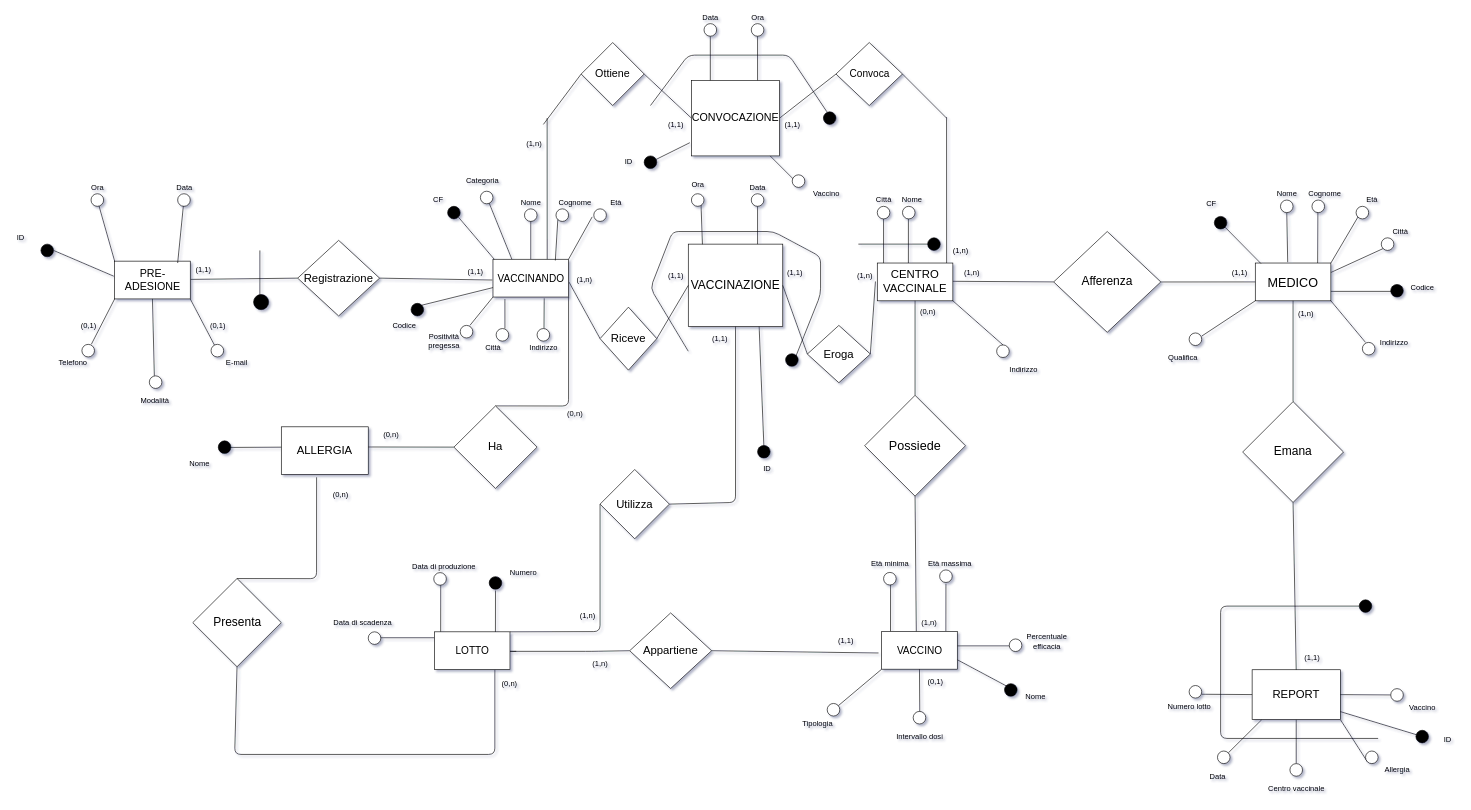
shaggyishere/VaccineDatabase keeps this draw.io diagram as page "ERristr" (1 of 2) of bd/Schema E/ERsenzagen.drawio. Above is the earlier version. Source tidied: cells renumbered, new cells numbered last; positions are measured from the earlier drawing's top-left corner, leaving out a move shared by most shapes. Both pictures are drawn from the tidied source at 63%, with x=0, y=0 at pixel (11, 11).
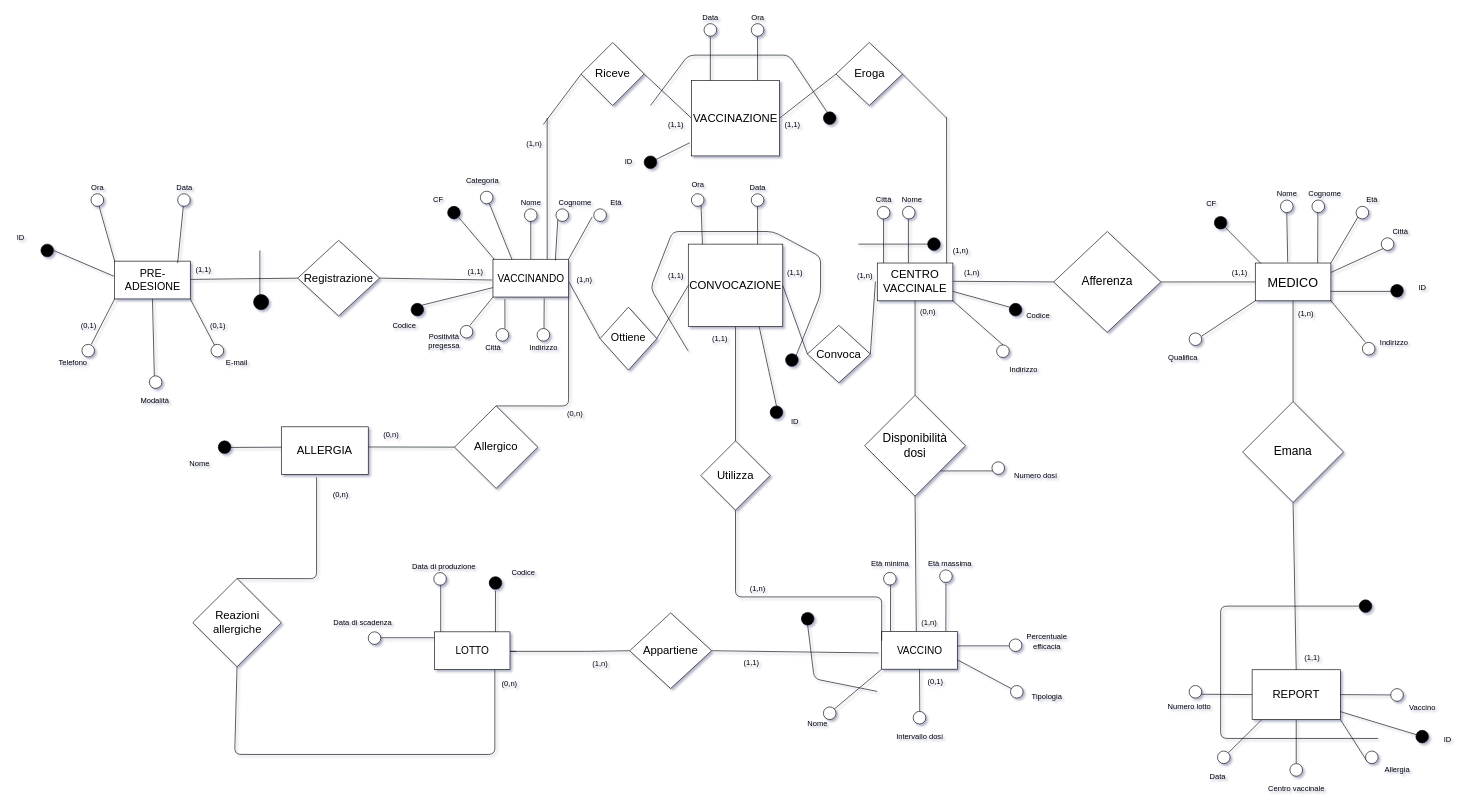
The same page after the edit.

Commit message:
Piccole modifiche notate dalla traduzione in mod logico

Unchanged cells that the change refers to:
```xml
<mxCell id="5" value="&lt;font style=&quot;font-size: 18px&quot;&gt;CENTRO VACCINALE&lt;/font&gt;" style="rounded=0;whiteSpace=wrap;html=1;strokeWidth=1;fillColor=#FFFFFF;" parent="1" vertex="1">
  <mxGeometry x="1375" y="400" width="120" height="60" as="geometry" />
</mxCell>
<mxCell id="55" style="rounded=0;whiteSpace=wrap;html=1;" parent="1" vertex="1">
  <mxGeometry x="672" y="985.4" width="120" height="60" as="geometry" />
</mxCell>
<mxCell id="148" style="rounded=0;whiteSpace=wrap;html=1;" parent="1" vertex="1">
  <mxGeometry x="1382" y="984.7" width="120" height="60" as="geometry" />
</mxCell>
```

Diff of the diagram source:
```diff
@@
-    <mxCell id="3" value="&lt;font style=&quot;font-size: 19px&quot;&gt;VACCINAZIONE&lt;/font&gt;" style="rectangle;whiteSpace=wrap;html=1;strokeWidth=1;fillColor=#FFFFFF;" parent="1" vertex="1">
+    <mxCell id="3" value="&lt;font style=&quot;font-size: 18px&quot;&gt;CONVOCAZIONE&lt;/font&gt;" style="rectangle;whiteSpace=wrap;html=1;strokeWidth=1;fillColor=#FFFFFF;" parent="1" vertex="1">
       <mxGeometry x="1075" y="370" width="150" height="131" as="geometry" />
     </mxCell>
@@
-    <mxCell id="21" value="&lt;font style=&quot;font-size: 17px&quot;&gt;CONVOCAZIONE&lt;/font&gt;" style="rectangle;whiteSpace=wrap;html=1;strokeWidth=1;fillColor=#FFFFFF;" parent="1" vertex="1">
+    <mxCell id="21" value="&lt;font style=&quot;font-size: 18px&quot;&gt;VACCINAZIONE&lt;/font&gt;" style="rectangle;whiteSpace=wrap;html=1;strokeWidth=1;fillColor=#FFFFFF;" parent="1" vertex="1">
       <mxGeometry x="1080" y="110" width="140" height="120" as="geometry" />
     </mxCell>
@@
-    <mxCell id="24" style="endArrow=none;html=1;entryX=0.75;entryY=1;entryDx=0;entryDy=0;" parent="1" edge="1" target="3">
-      <mxGeometry relative="1" as="geometry">
-        <mxPoint x="1195" y="690" as="sourcePoint" />
-      </mxGeometry>
+    <mxCell id="24" style="endArrow=none;html=1;entryX=0.75;entryY=1;entryDx=0;entryDy=0;exitX=0.5;exitY=0;exitDx=0;exitDy=0;" parent="1" edge="1" source="27" target="3">
+      <mxGeometry relative="1" as="geometry" />
     </mxCell>
@@
     <mxCell id="27" style="ellipse;whiteSpace=wrap;html=1;strokeWidth=1;fillColor=#000000;" parent="1" vertex="1">
-      <mxGeometry x="1185" y="689.5" width="20" height="20" as="geometry" />
+      <mxGeometry x="1205" y="626.8" width="20" height="20" as="geometry" />
     </mxCell>
@@
     <mxCell id="29" value="ID" style="text;html=1;align=center;verticalAlign=middle;strokeColor=none;" parent="1" vertex="1">
-      <mxGeometry x="1185" y="715.5" width="30" height="20" as="geometry" />
+      <mxGeometry x="1229" y="642.3" width="30" height="20" as="geometry" />
     </mxCell>
@@
-    <mxCell id="33" value="&lt;font style=&quot;font-size: 20px&quot;&gt;Possiede&lt;/font&gt;" style="rhombus;whiteSpace=wrap;html=1;strokeWidth=1;fillColor=#FFFFFF;" parent="1" vertex="1">
+    <mxCell id="33" value="&lt;div&gt;&lt;font style=&quot;font-size: 19px&quot;&gt;Disponibilità &lt;br&gt;&lt;/font&gt;&lt;/div&gt;&lt;div&gt;&lt;font style=&quot;font-size: 19px&quot;&gt;dosi&lt;/font&gt;&lt;/div&gt;" style="rhombus;whiteSpace=wrap;html=1;strokeWidth=1;fillColor=#FFFFFF;" parent="1" vertex="1">
       <mxGeometry x="1355" y="610" width="160" height="160" as="geometry" />
     </mxCell>
@@
-    <mxCell id="48" value="Numero" style="text;html=1;align=center;verticalAlign=middle;strokeColor=none;" parent="1" vertex="1">
-      <mxGeometry x="783" y="880.8" width="60" height="20" as="geometry" />
+    <mxCell id="48" value="Codice" style="text;html=1;align=center;verticalAlign=middle;strokeColor=none;" parent="1" vertex="1">
+      <mxGeometry x="788" y="880.8" width="50" height="20" as="geometry" />
     </mxCell>
@@
-    <mxCell id="60" style="endArrow=none;html=1;" parent="1" edge="1">
-      <mxGeometry relative="1" as="geometry">
-        <mxPoint x="1245" y="270" as="sourcePoint" />
-        <mxPoint x="1205" y="230" as="targetPoint" />
-      </mxGeometry>
-    </mxCell>
-    <mxCell id="61" style="ellipse;whiteSpace=wrap;html=1;strokeWidth=1;" parent="1" vertex="1">
-      <mxGeometry x="1240" y="260" width="20" height="20" as="geometry" />
-    </mxCell>
-    <mxCell id="62" value="Vaccino" style="text;html=1;align=center;verticalAlign=middle;strokeColor=none;" parent="1" vertex="1">
-      <mxGeometry x="1264" y="280" width="60" height="20" as="geometry" />
-    </mxCell>
@@
     <mxCell id="146" style="ellipse;whiteSpace=wrap;html=1;strokeWidth=1;fillColor=#000000;" parent="1" vertex="1">
-      <mxGeometry x="1577" y="1067.7" width="20" height="20" as="geometry" />
+      <mxGeometry x="1254.5" y="954.6" width="20" height="20" as="geometry" />
     </mxCell>
-    <mxCell id="147" value="Nome" style="text;html=1;align=center;verticalAlign=middle;strokeColor=none;" parent="1" vertex="1">
-      <mxGeometry x="1604.5" y="1078.7" width="42" height="18" as="geometry" />
+    <mxCell id="147" value="Tipologia" style="text;html=1;align=center;verticalAlign=middle;strokeColor=none;" parent="1" vertex="1">
+      <mxGeometry x="1613.5" y="1079.1" width="60" height="20" as="geometry" />
     </mxCell>
@@
     <mxCell id="153" style="ellipse;whiteSpace=wrap;html=1;strokeWidth=1;" parent="1" vertex="1">
-      <mxGeometry x="1295.5" y="1099.1" width="20" height="20" as="geometry" />
+      <mxGeometry x="1586.5" y="1070.6" width="20" height="20" as="geometry" />
     </mxCell>
@@
-    <mxCell id="156" value="Tipologia" style="text;html=1;align=center;verticalAlign=middle;strokeColor=none;" parent="1" vertex="1">
-      <mxGeometry x="1249.5" y="1121.7" width="60" height="20" as="geometry" />
+    <mxCell id="156" value="Nome" style="text;html=1;align=center;verticalAlign=middle;strokeColor=none;" parent="1" vertex="1">
+      <mxGeometry x="1254.5" y="1121.7" width="50" height="20" as="geometry" />
     </mxCell>
@@
-    <mxCell id="190" value="Codice" style="text;html=1;align=center;verticalAlign=middle;strokeColor=none;" parent="1" vertex="1">
-      <mxGeometry x="2215" y="430" width="50" height="20" as="geometry" />
+    <mxCell id="190" value="ID" style="text;html=1;align=center;verticalAlign=middle;strokeColor=none;" parent="1" vertex="1">
+      <mxGeometry x="2225" y="430" width="30" height="20" as="geometry" />
     </mxCell>
@@
-    <mxCell id="196" value="&lt;font style=&quot;font-size: 18px&quot;&gt;Ha&lt;/font&gt;" style="rhombus;whiteSpace=wrap;html=1;fillColor=#FFFFFF;" parent="1" vertex="1">
-      <mxGeometry x="703" y="626.8" width="132" height="130.9" as="geometry" />
+    <mxCell id="196" value="&lt;font style=&quot;font-size: 18px&quot;&gt;Allergico &lt;br&gt;&lt;/font&gt;" style="rhombus;whiteSpace=wrap;html=1;fillColor=#FFFFFF;" parent="1" vertex="1">
+      <mxGeometry x="704" y="626.8" width="132" height="130.9" as="geometry" />
     </mxCell>
@@
-    <mxCell id="203" value="&lt;font style=&quot;font-size: 19px&quot;&gt;Presenta&lt;/font&gt;" style="rhombus;whiteSpace=wrap;html=1;fillColor=#FFFFFF;" parent="1" vertex="1">
+    <mxCell id="203" value="&lt;font style=&quot;font-size: 18px&quot;&gt;Reazioni allergiche&lt;/font&gt;" style="rhombus;whiteSpace=wrap;html=1;fillColor=#FFFFFF;" parent="1" vertex="1">
       <mxGeometry x="288.5" y="900.8" width="140.5" height="140" as="geometry" />
     </mxCell>
@@
-    <mxCell id="206" value="&lt;font style=&quot;font-size: 16px&quot;&gt;Convoca&lt;/font&gt;" style="rhombus;whiteSpace=wrap;html=1;" parent="1" vertex="1">
+    <mxCell id="206" value="&lt;font style=&quot;font-size: 18px&quot;&gt;Eroga&lt;/font&gt;" style="rhombus;whiteSpace=wrap;html=1;" parent="1" vertex="1">
       <mxGeometry x="1309.5" y="50" width="105.5" height="100" as="geometry" />
     </mxCell>
@@
-    <mxCell id="208" value="&lt;font style=&quot;font-size: 17px&quot;&gt;Ottiene&lt;/font&gt;" style="rhombus;whiteSpace=wrap;html=1;" parent="1" vertex="1">
+    <mxCell id="208" value="&lt;font style=&quot;font-size: 18px&quot;&gt;Riceve&lt;/font&gt;" style="rhombus;whiteSpace=wrap;html=1;" parent="1" vertex="1">
       <mxGeometry x="905" y="50" width="100" height="100" as="geometry" />
     </mxCell>
@@
-    <mxCell id="210" value="&lt;font style=&quot;font-size: 18px&quot;&gt;Riceve&lt;/font&gt;" style="rhombus;whiteSpace=wrap;html=1;" parent="1" vertex="1">
+    <mxCell id="210" value="&lt;font style=&quot;font-size: 17px&quot;&gt;Ottiene&lt;/font&gt;" style="rhombus;whiteSpace=wrap;html=1;" parent="1" vertex="1">
       <mxGeometry x="935" y="470" width="90" height="100" as="geometry" />
     </mxCell>
-    <mxCell id="211" value="&lt;font style=&quot;font-size: 18px&quot;&gt;Eroga&lt;/font&gt;" style="rhombus;whiteSpace=wrap;html=1;" parent="1" vertex="1">
+    <mxCell id="211" value="&lt;font style=&quot;font-size: 18px&quot;&gt;Convoca&lt;/font&gt;" style="rhombus;whiteSpace=wrap;html=1;" parent="1" vertex="1">
       <mxGeometry x="1264" y="499" width="100" height="91" as="geometry" />
     </mxCell>
@@
     <mxCell id="232" value="&lt;font style=&quot;font-size: 18px&quot;&gt;Utilizza&lt;/font&gt;" style="rhombus;whiteSpace=wrap;html=1;fillColor=#FFFFFF;" parent="1" vertex="1">
-      <mxGeometry x="935" y="727.7" width="110" height="110" as="geometry" />
+      <mxGeometry x="1095" y="682.3" width="110" height="110" as="geometry" />
     </mxCell>
-    <mxCell id="233" style="endArrow=none;html=1;exitX=0;exitY=0.5;exitDx=0;exitDy=0;entryX=1;entryY=0;entryDx=0;entryDy=0;" parent="1" edge="1" source="232" target="55">
+    <mxCell id="233" style="endArrow=none;html=1;exitX=0.5;exitY=1;exitDx=0;exitDy=0;entryX=0;entryY=0.25;entryDx=0;entryDy=0;" parent="1" edge="1" source="232" target="148">
       <mxGeometry relative="1" as="geometry">
         <Array as="points">
-          <mxPoint x="935" y="985" />
+          <mxPoint x="1150" y="930" />
+          <mxPoint x="1382" y="930" />
         </Array>
       </mxGeometry>
     </mxCell>
@@
     <mxCell id="235" value="(1,1)" style="text;html=1;align=center;verticalAlign=middle;strokeColor=none;" parent="1" vertex="1">
-      <mxGeometry x="1305" y="990" width="40" height="20" as="geometry" />
+      <mxGeometry x="1155" y="1024.7" width="40" height="20" as="geometry" />
     </mxCell>
     <mxCell id="236" value="(1,n)" style="text;html=1;align=center;verticalAlign=middle;strokeColor=none;" parent="1" vertex="1">
-      <mxGeometry x="895" y="950" width="40" height="20" as="geometry" />
+      <mxGeometry x="1165" y="907.1" width="40" height="20" as="geometry" />
     </mxCell>
+    <mxCell id="237" style="endArrow=none;html=1;entryX=1;entryY=0.75;entryDx=0;entryDy=0;" parent="1" edge="1" target="5">
+      <mxGeometry relative="1" as="geometry">
+        <mxPoint x="1585" y="470" as="sourcePoint" />
+      </mxGeometry>
+    </mxCell>
+    <mxCell id="238" value="Codice " style="text;html=1;align=center;verticalAlign=middle;strokeColor=none;" parent="1" vertex="1">
+      <mxGeometry x="1605" y="474" width="50" height="20" as="geometry" />
+    </mxCell>
+    <mxCell id="239" style="ellipse;whiteSpace=wrap;html=1;strokeWidth=1;fillColor=#000000;" parent="1" vertex="1">
+      <mxGeometry x="1584.5" y="464" width="20" height="20" as="geometry" />
+    </mxCell>
+    <mxCell id="240" style="endArrow=none;html=1;entryX=1;entryY=1;entryDx=0;entryDy=0;" parent="1" edge="1" target="33">
+      <mxGeometry relative="1" as="geometry">
+        <mxPoint x="1565" y="730" as="sourcePoint" />
+      </mxGeometry>
+    </mxCell>
+    <mxCell id="241" style="ellipse;whiteSpace=wrap;html=1;strokeWidth=1;" parent="1" vertex="1">
+      <mxGeometry x="1557" y="715.5" width="20" height="20" as="geometry" />
+    </mxCell>
+    <mxCell id="242" value="Numero dosi" style="text;html=1;align=center;verticalAlign=middle;strokeColor=none;" parent="1" vertex="1">
+      <mxGeometry x="1585.5" y="727.7" width="80" height="20" as="geometry" />
+    </mxCell>
+    <mxCell id="243" style="ellipse;whiteSpace=wrap;html=1;strokeWidth=1;" parent="1" vertex="1">
+      <mxGeometry x="1289.5" y="1104.6" width="20" height="20" as="geometry" />
+    </mxCell>
+    <mxCell id="244" style="endArrow=none;html=1;exitX=0.5;exitY=1;exitDx=0;exitDy=0;" parent="1" edge="1" source="146">
+      <mxGeometry relative="1" as="geometry">
+        <mxPoint x="1375" y="1080" as="targetPoint" />
+        <Array as="points">
+          <mxPoint x="1275" y="1060" />
+        </Array>
+      </mxGeometry>
+    </mxCell>
```
